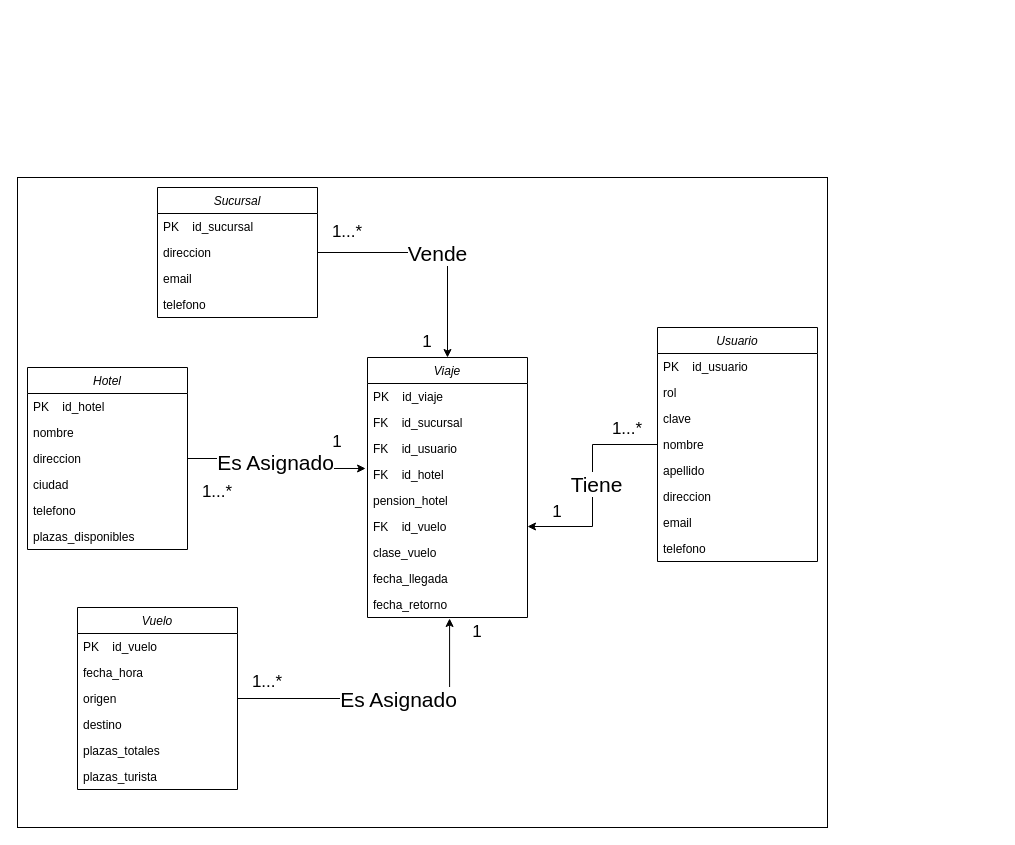
Above: Diagramas/ER.drawio in D-Malex/P2-Java (draw.io), before the change. Source tidied: cells renumbered, new cells numbered last; positions are measured from the earlier drawing's top-left corner, leaving out a move shared by most shapes. Both pictures are drawn from the tidied source at 100%, with x=0, y=0 at pixel (17, 177).
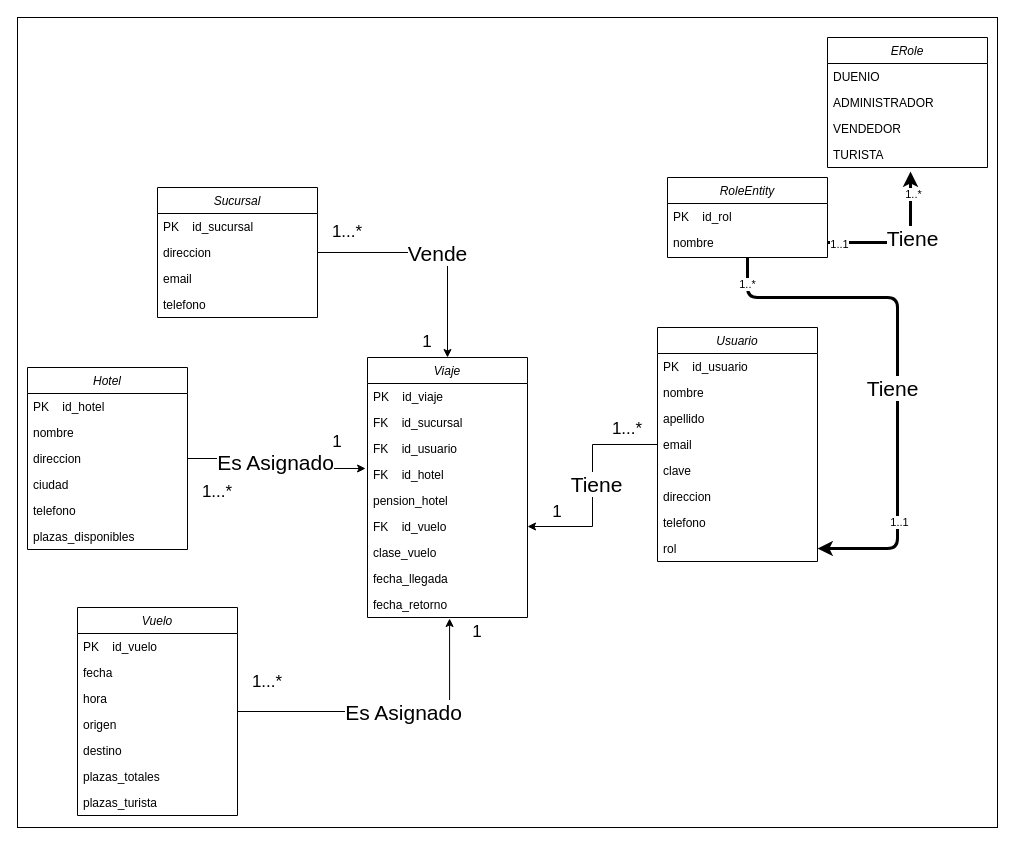
Above is the later version.

Commit message (it also covers changes not shown here):
fix(sucursal): id_sucursal tenia una S, y mejorando estructura

Unchanged cells that the change refers to:
```xml
<mxCell id="8" value="Usuario" style="swimlane;fontStyle=2;align=center;verticalAlign=top;horizontal=1;startSize=26;rounded=0;shadow=0;strokeWidth=1;" parent="7" vertex="1">
  <mxGeometry x="60" width="160" height="234" as="geometry" />
</mxCell>
<mxCell id="56" style="group;" parent="1" vertex="1">
  <mxGeometry x="60" y="430" width="220" height="182" as="geometry" />
</mxCell>
```

What changed in the source:
```diff
@@
     <mxCell id="2" style="rounded=0;whiteSpace=wrap;html=1;" parent="1" vertex="1">
-      <mxGeometry width="810" height="650" as="geometry" />
+      <mxGeometry y="-160" width="980" height="810" as="geometry" />
     </mxCell>
@@
-    <mxCell id="10" value="rol" style="text;align=left;verticalAlign=top;spacingLeft=4;spacingRight=4;overflow=hidden;points=[[0,0.5],[1,0.5]];portConstraint=eastwest;rounded=0;shadow=0;html=0;" parent="8" vertex="1">
-      <mxGeometry y="52" width="160" height="26" as="geometry" />
-    </mxCell>
-    <mxCell id="11" value="clave" style="text;align=left;verticalAlign=top;spacingLeft=4;spacingRight=4;overflow=hidden;rounded=0;shadow=0;html=0;" parent="8" vertex="1">
-      <mxGeometry y="78" width="160" height="26" as="geometry" />
-    </mxCell>
     <mxCell id="12" value="nombre" style="text;align=left;verticalAlign=top;spacingLeft=4;spacingRight=4;overflow=hidden;rounded=0;shadow=0;html=0;" parent="8" vertex="1">
-      <mxGeometry y="104" width="160" height="26" as="geometry" />
+      <mxGeometry y="52" width="160" height="26" as="geometry" />
     </mxCell>
     <mxCell id="13" value="apellido" style="text;align=left;verticalAlign=top;spacingLeft=4;spacingRight=4;overflow=hidden;rounded=0;shadow=0;html=0;" parent="8" vertex="1">
-      <mxGeometry y="130" width="160" height="26" as="geometry" />
+      <mxGeometry y="78" width="160" height="26" as="geometry" />
     </mxCell>
+    <mxCell id="15" value="email" style="text;align=left;verticalAlign=top;spacingLeft=4;spacingRight=4;overflow=hidden;rounded=0;shadow=0;html=0;" parent="8" vertex="1">
+      <mxGeometry y="104" width="160" height="26" as="geometry" />
+    </mxCell>
+    <mxCell id="11" value="clave" style="text;align=left;verticalAlign=top;spacingLeft=4;spacingRight=4;overflow=hidden;rounded=0;shadow=0;html=0;" parent="8" vertex="1">
+      <mxGeometry y="130" width="160" height="26" as="geometry" />
+    </mxCell>
@@
-    <mxCell id="15" value="email" style="text;align=left;verticalAlign=top;spacingLeft=4;spacingRight=4;overflow=hidden;rounded=0;shadow=0;html=0;" parent="8" vertex="1">
-      <mxGeometry y="182" width="160" height="26" as="geometry" />
-    </mxCell>
     <mxCell id="16" value="telefono" style="text;align=left;verticalAlign=top;spacingLeft=4;spacingRight=4;overflow=hidden;rounded=0;shadow=0;html=0;" parent="8" vertex="1">
-      <mxGeometry y="208" width="160" height="26" as="geometry" />
+      <mxGeometry y="182" width="160" height="26" as="geometry" />
     </mxCell>
+    <mxCell id="10" value="rol" style="text;align=left;verticalAlign=top;spacingLeft=4;spacingRight=4;overflow=hidden;points=[[0,0.5],[1,0.5]];portConstraint=eastwest;rounded=0;shadow=0;html=0;" parent="8" vertex="1">
+      <mxGeometry y="208" width="160" height="26" as="geometry" />
+    </mxCell>
@@
     <mxCell id="57" value="Vuelo" style="swimlane;fontStyle=2;align=center;verticalAlign=top;horizontal=1;startSize=26;rounded=0;shadow=0;strokeWidth=1;" parent="56" vertex="1">
-      <mxGeometry width="160" height="182" as="geometry" />
+      <mxGeometry width="160" height="208" as="geometry" />
     </mxCell>
@@
-    <mxCell id="59" value="fecha_hora" style="text;align=left;verticalAlign=top;spacingLeft=4;spacingRight=4;overflow=hidden;rounded=0;shadow=0;html=0;" parent="57" vertex="1">
+    <mxCell id="59" value="fecha" style="text;align=left;verticalAlign=top;spacingLeft=4;spacingRight=4;overflow=hidden;rounded=0;shadow=0;html=0;" parent="57" vertex="1">
       <mxGeometry y="52" width="160" height="26" as="geometry" />
     </mxCell>
+    <mxCell id="65" value="hora" style="text;align=left;verticalAlign=top;spacingLeft=4;spacingRight=4;overflow=hidden;rounded=0;shadow=0;html=0;" parent="57" vertex="1">
+      <mxGeometry y="78" width="160" height="26" as="geometry" />
+    </mxCell>
     <mxCell id="60" value="origen" style="text;align=left;verticalAlign=top;spacingLeft=4;spacingRight=4;overflow=hidden;rounded=0;shadow=0;html=0;" parent="57" vertex="1">
-      <mxGeometry y="78" width="160" height="26" as="geometry" />
+      <mxGeometry y="104" width="160" height="26" as="geometry" />
     </mxCell>
     <mxCell id="61" value="destino" style="text;align=left;verticalAlign=top;spacingLeft=4;spacingRight=4;overflow=hidden;rounded=0;shadow=0;html=0;" parent="57" vertex="1">
-      <mxGeometry y="104" width="160" height="26" as="geometry" />
+      <mxGeometry y="130" width="160" height="26" as="geometry" />
     </mxCell>
     <mxCell id="62" value="plazas_totales" style="text;align=left;verticalAlign=top;spacingLeft=4;spacingRight=4;overflow=hidden;rounded=0;shadow=0;html=0;" parent="57" vertex="1">
-      <mxGeometry y="130" width="160" height="26" as="geometry" />
+      <mxGeometry y="156" width="160" height="26" as="geometry" />
     </mxCell>
     <mxCell id="63" value="plazas_turista" style="text;align=left;verticalAlign=top;spacingLeft=4;spacingRight=4;overflow=hidden;rounded=0;shadow=0;html=0;" parent="57" vertex="1">
-      <mxGeometry y="156" width="160" height="26" as="geometry" />
+      <mxGeometry y="182" width="160" height="26" as="geometry" />
     </mxCell>
@@
+    <mxCell id="66" value="ERole" style="swimlane;fontStyle=2;align=center;verticalAlign=top;horizontal=1;startSize=26;rounded=0;shadow=0;strokeWidth=1;" parent="1" vertex="1">
+      <mxGeometry x="810" y="-140" width="160" height="130" as="geometry" />
+    </mxCell>
+    <mxCell id="67" value="DUENIO" style="text;align=left;verticalAlign=top;spacingLeft=4;spacingRight=4;overflow=hidden;rounded=0;shadow=0;html=0;" parent="66" vertex="1">
+      <mxGeometry y="26" width="160" height="26" as="geometry" />
+    </mxCell>
+    <mxCell id="68" value="ADMINISTRADOR" style="text;align=left;verticalAlign=top;spacingLeft=4;spacingRight=4;overflow=hidden;rounded=0;shadow=0;html=0;" parent="66" vertex="1">
+      <mxGeometry y="52" width="160" height="26" as="geometry" />
+    </mxCell>
+    <mxCell id="69" value="VENDEDOR" style="text;align=left;verticalAlign=top;spacingLeft=4;spacingRight=4;overflow=hidden;rounded=0;shadow=0;html=0;" parent="66" vertex="1">
+      <mxGeometry y="78" width="160" height="26" as="geometry" />
+    </mxCell>
+    <mxCell id="70" value="TURISTA" style="text;align=left;verticalAlign=top;spacingLeft=4;spacingRight=4;overflow=hidden;points=[[0,0.5],[1,0.5]];portConstraint=eastwest;rounded=0;shadow=0;html=0;" parent="66" vertex="1">
+      <mxGeometry y="104" width="160" height="26" as="geometry" />
+    </mxCell>
+    <mxCell id="71" style="edgeStyle=orthogonalEdgeStyle;rounded=1;jettySize=auto;html=1;exitX=0.5;exitY=1;exitDx=0;exitDy=0;entryX=1;entryY=0.5;entryDx=0;entryDy=0;strokeWidth=3;curved=0;" parent="1" edge="1" source="74" target="10">
+      <mxGeometry relative="1" as="geometry">
+        <Array as="points">
+          <mxPoint x="730" y="120" />
+          <mxPoint x="880" y="120" />
+          <mxPoint x="880" y="371" />
+        </Array>
+      </mxGeometry>
+    </mxCell>
+    <mxCell id="72" value="1..*" style="edgeLabel;html=1;align=center;verticalAlign=middle;" parent="71" vertex="1">
+      <mxGeometry x="-0.9" y="-1" relative="1" as="geometry" />
+    </mxCell>
+    <mxCell id="73" value="1..1" style="edgeLabel;html=1;align=center;verticalAlign=middle;" parent="71" vertex="1">
+      <mxGeometry x="0.59" y="1" relative="1" as="geometry" />
+    </mxCell>
+    <mxCell id="74" value="RoleEntity" style="swimlane;fontStyle=2;align=center;verticalAlign=top;horizontal=1;startSize=26;rounded=0;shadow=0;strokeWidth=1;" parent="1" vertex="1">
+      <mxGeometry x="650" width="160" height="80" as="geometry" />
+    </mxCell>
+    <mxCell id="75" value="PK    id_rol" style="text;align=left;verticalAlign=top;spacingLeft=4;spacingRight=4;overflow=hidden;rounded=0;shadow=0;html=0;" parent="74" vertex="1">
+      <mxGeometry y="26" width="160" height="26" as="geometry" />
+    </mxCell>
+    <mxCell id="76" value="nombre" style="text;align=left;verticalAlign=top;spacingLeft=4;spacingRight=4;overflow=hidden;points=[[0,0.5],[1,0.5]];portConstraint=eastwest;rounded=0;shadow=0;html=0;" parent="74" vertex="1">
+      <mxGeometry y="52" width="160" height="26" as="geometry" />
+    </mxCell>
+    <mxCell id="77" style="edgeStyle=orthogonalEdgeStyle;rounded=1;jettySize=auto;html=1;entryX=0.519;entryY=1.154;entryDx=0;entryDy=0;entryPerimeter=0;curved=0;strokeWidth=3;" parent="1" edge="1" source="76" target="70">
+      <mxGeometry relative="1" as="geometry">
+        <Array as="points">
+          <mxPoint x="893" y="65" />
+        </Array>
+      </mxGeometry>
+    </mxCell>
+    <mxCell id="78" value="1..1" style="edgeLabel;html=1;align=center;verticalAlign=middle;" parent="77" vertex="1">
+      <mxGeometry x="-0.86" y="-1" relative="1" as="geometry" />
+    </mxCell>
+    <mxCell id="79" value="1..*" style="edgeLabel;html=1;align=center;verticalAlign=middle;" parent="77" vertex="1">
+      <mxGeometry x="0.71" y="-2" relative="1" as="geometry" />
+    </mxCell>
+    <mxCell id="80" value="&lt;font style=&quot;font-size: 21px;&quot;&gt;Tiene&lt;/font&gt;" style="edgeLabel;html=1;align=center;verticalAlign=middle;" parent="1" vertex="1">
+      <mxGeometry x="900" y="60" as="geometry">
+        <mxPoint x="-6" as="offset" />
+      </mxGeometry>
+    </mxCell>
+    <mxCell id="81" value="&lt;font style=&quot;font-size: 21px;&quot;&gt;Tiene&lt;/font&gt;" style="edgeLabel;html=1;align=center;verticalAlign=middle;" parent="1" vertex="1">
+      <mxGeometry x="880" y="210" as="geometry">
+        <mxPoint x="-6" as="offset" />
+      </mxGeometry>
+    </mxCell>
```
